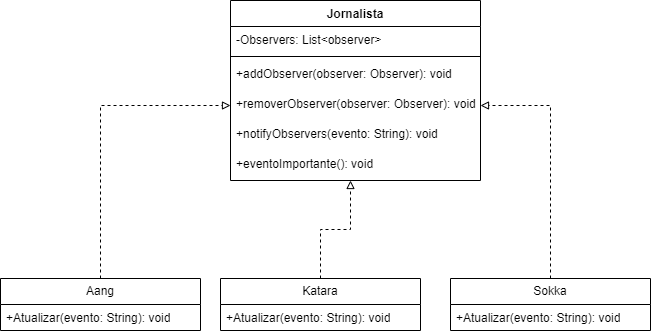
Before: Engenharia3/Observer/Observer_Avatar-Página-2.drawio (2).png, a diagram exported from draw.io (WallaceMarinho/_BERTOTI). Source tidied: cells renumbered, new cells last; positions are measured from the earlier drawing's top-left corner, leaving out a move shared by most shapes.
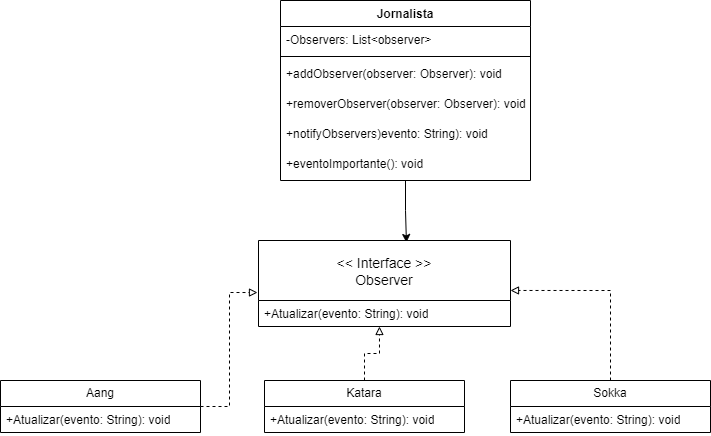
Later version of the same file.

Change to the diagram source:
```diff
@@ -2,6 +2,9 @@
   <root>
     <mxCell id="0" />
     <mxCell id="1" parent="0" />
+    <mxCell id="18" style="edgeStyle=orthogonalEdgeStyle;rounded=0;jettySize=auto;html=1;entryX=0.587;entryY=0.023;entryDx=0;entryDy=0;entryPerimeter=0;" parent="1" edge="1" source="2" target="22">
+      <mxGeometry relative="1" as="geometry" />
+    </mxCell>
     <mxCell id="2" value="Jornalista&lt;br&gt;" style="swimlane;fontStyle=1;align=center;verticalAlign=top;horizontal=1;startSize=26;whiteSpace=wrap;html=1;" parent="1" vertex="1">
       <mxGeometry x="230" width="250" height="180" as="geometry" />
     </mxCell>
@@ -17,38 +20,44 @@
     <mxCell id="6" value="+removerObserver(observer: Observer): void" style="text;strokeColor=none;fillColor=none;align=left;verticalAlign=top;spacingLeft=4;spacingRight=4;overflow=hidden;points=[[0,0.5],[1,0.5]];portConstraint=eastwest;whiteSpace=wrap;html=1;" parent="2" vertex="1">
       <mxGeometry y="90" width="250" height="30" as="geometry" />
     </mxCell>
-    <mxCell id="7" value="+notifyObservers(evento: String): void" style="text;strokeColor=none;fillColor=none;align=left;verticalAlign=top;spacingLeft=4;spacingRight=4;overflow=hidden;whiteSpace=wrap;html=1;" parent="2" vertex="1">
+    <mxCell id="7" value="+notifyObservers)evento: String): void" style="text;strokeColor=none;fillColor=none;align=left;verticalAlign=top;spacingLeft=4;spacingRight=4;overflow=hidden;whiteSpace=wrap;html=1;" parent="2" vertex="1">
       <mxGeometry y="120" width="250" height="30" as="geometry" />
     </mxCell>
     <mxCell id="8" value="+eventoImportante(): void" style="text;strokeColor=none;fillColor=none;align=left;verticalAlign=top;spacingLeft=4;spacingRight=4;overflow=hidden;points=[[0,0.5],[1,0.5]];portConstraint=eastwest;whiteSpace=wrap;html=1;" parent="2" vertex="1">
       <mxGeometry y="150" width="250" height="30" as="geometry" />
     </mxCell>
-    <mxCell id="9" style="edgeStyle=orthogonalEdgeStyle;rounded=0;jettySize=auto;html=1;entryX=0;entryY=0.5;entryDx=0;entryDy=0;dashed=1;endArrow=block;endFill=0;" parent="1" edge="1" source="10" target="6">
-      <mxGeometry relative="1" as="geometry" />
-    </mxCell>
+    <mxCell id="19" style="edgeStyle=orthogonalEdgeStyle;rounded=0;jettySize=auto;html=1;entryX=-0.004;entryY=0.605;entryDx=0;entryDy=0;entryPerimeter=0;dashed=1;endArrow=block;endFill=0;" parent="1" edge="1" source="10" target="22">
+      <mxGeometry relative="1" as="geometry" />
+    </mxCell>
     <mxCell id="10" value="Aang" style="swimlane;fontStyle=0;horizontal=1;startSize=26;fillColor=none;whiteSpace=wrap;html=1;" parent="1" vertex="1">
-      <mxGeometry y="278" width="200" height="52" as="geometry" />
+      <mxGeometry x="-50" y="380" width="200" height="52" as="geometry" />
     </mxCell>
     <mxCell id="11" value="+Atualizar(evento: String): void" style="text;strokeColor=none;fillColor=none;align=left;verticalAlign=top;spacingLeft=4;spacingRight=4;overflow=hidden;whiteSpace=wrap;html=1;" parent="10" vertex="1">
       <mxGeometry y="26" width="200" height="26" as="geometry" />
     </mxCell>
-    <mxCell id="12" style="edgeStyle=orthogonalEdgeStyle;rounded=0;jettySize=auto;html=1;entryX=0.48;entryY=1;entryDx=0;entryDy=0;entryPerimeter=0;dashed=1;endArrow=block;endFill=0;" parent="1" edge="1" source="13" target="8">
-      <mxGeometry relative="1" as="geometry" />
-    </mxCell>
+    <mxCell id="20" style="edgeStyle=orthogonalEdgeStyle;rounded=0;jettySize=auto;html=1;entryX=0.48;entryY=1;entryDx=0;entryDy=0;entryPerimeter=0;dashed=1;endArrow=block;endFill=0;" parent="1" edge="1" source="13" target="23">
+      <mxGeometry relative="1" as="geometry" />
+    </mxCell>
     <mxCell id="13" value="Katara" style="swimlane;fontStyle=0;horizontal=1;startSize=26;fillColor=none;whiteSpace=wrap;html=1;" parent="1" vertex="1">
-      <mxGeometry x="220" y="278" width="200" height="52" as="geometry" />
+      <mxGeometry x="214" y="380" width="200" height="52" as="geometry" />
     </mxCell>
     <mxCell id="14" value="+Atualizar(evento: String): void" style="text;strokeColor=none;fillColor=none;align=left;verticalAlign=top;spacingLeft=4;spacingRight=4;overflow=hidden;whiteSpace=wrap;html=1;" parent="13" vertex="1">
       <mxGeometry y="26" width="200" height="26" as="geometry" />
     </mxCell>
-    <mxCell id="15" style="edgeStyle=orthogonalEdgeStyle;rounded=0;jettySize=auto;html=1;entryX=1;entryY=0.5;entryDx=0;entryDy=0;dashed=1;endArrow=block;endFill=0;" parent="1" edge="1" source="16" target="6">
-      <mxGeometry relative="1" as="geometry" />
-    </mxCell>
+    <mxCell id="21" style="edgeStyle=orthogonalEdgeStyle;rounded=0;jettySize=auto;html=1;entryX=1;entryY=0.581;entryDx=0;entryDy=0;entryPerimeter=0;dashed=1;endArrow=block;endFill=0;" parent="1" edge="1" source="16" target="22">
+      <mxGeometry relative="1" as="geometry" />
+    </mxCell>
     <mxCell id="16" value="Sokka" style="swimlane;fontStyle=0;horizontal=1;startSize=26;fillColor=none;whiteSpace=wrap;html=1;" parent="1" vertex="1">
-      <mxGeometry x="450" y="278" width="200" height="52" as="geometry" />
+      <mxGeometry x="460" y="380" width="200" height="52" as="geometry" />
     </mxCell>
     <mxCell id="17" value="+Atualizar(evento: String): void" style="text;strokeColor=none;fillColor=none;align=left;verticalAlign=top;spacingLeft=4;spacingRight=4;overflow=hidden;whiteSpace=wrap;html=1;" parent="16" vertex="1">
       <mxGeometry y="26" width="200" height="26" as="geometry" />
     </mxCell>
+    <mxCell id="22" value="&lt;&lt; Interface &gt;&gt;&#10;Observer" style="swimlane;fontStyle=0;horizontal=1;startSize=60;align=center;fontSize=14;" parent="1" vertex="1">
+      <mxGeometry x="208" y="240" width="252" height="86" as="geometry" />
+    </mxCell>
+    <mxCell id="23" value="+Atualizar(evento: String): void" style="text;strokeColor=none;fillColor=none;align=left;verticalAlign=top;spacingLeft=4;spacingRight=4;overflow=hidden;points=[[0,0.5],[1,0.5]];portConstraint=eastwest;whiteSpace=wrap;html=1;" parent="22" vertex="1">
+      <mxGeometry y="60" width="252" height="26" as="geometry" />
+    </mxCell>
   </root>
 </mxGraphModel>
```
